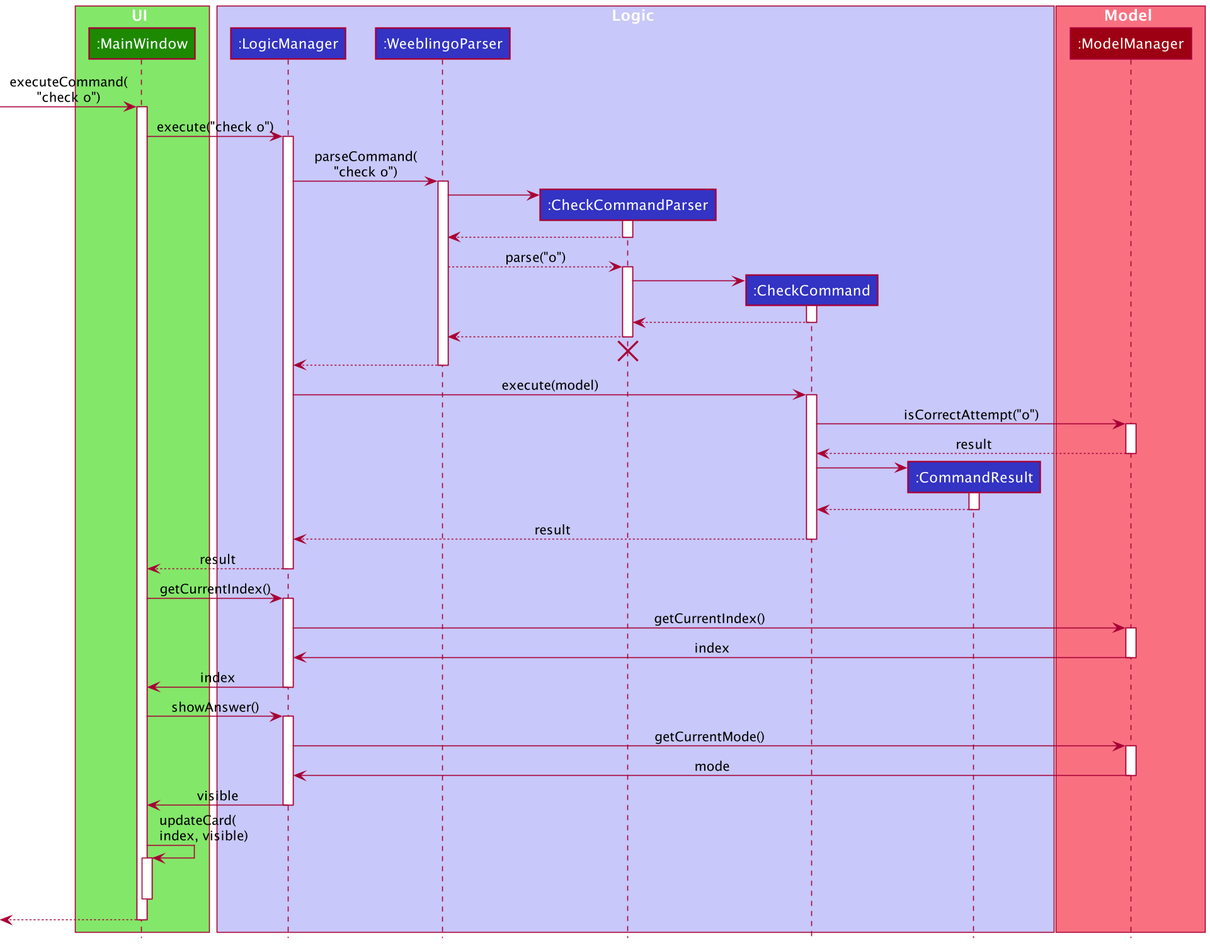
The PlantUML diagram docs/images/CheckCommandSequenceDiagram.png in nus-cs2103-AY2021S2/tp, before a commit.
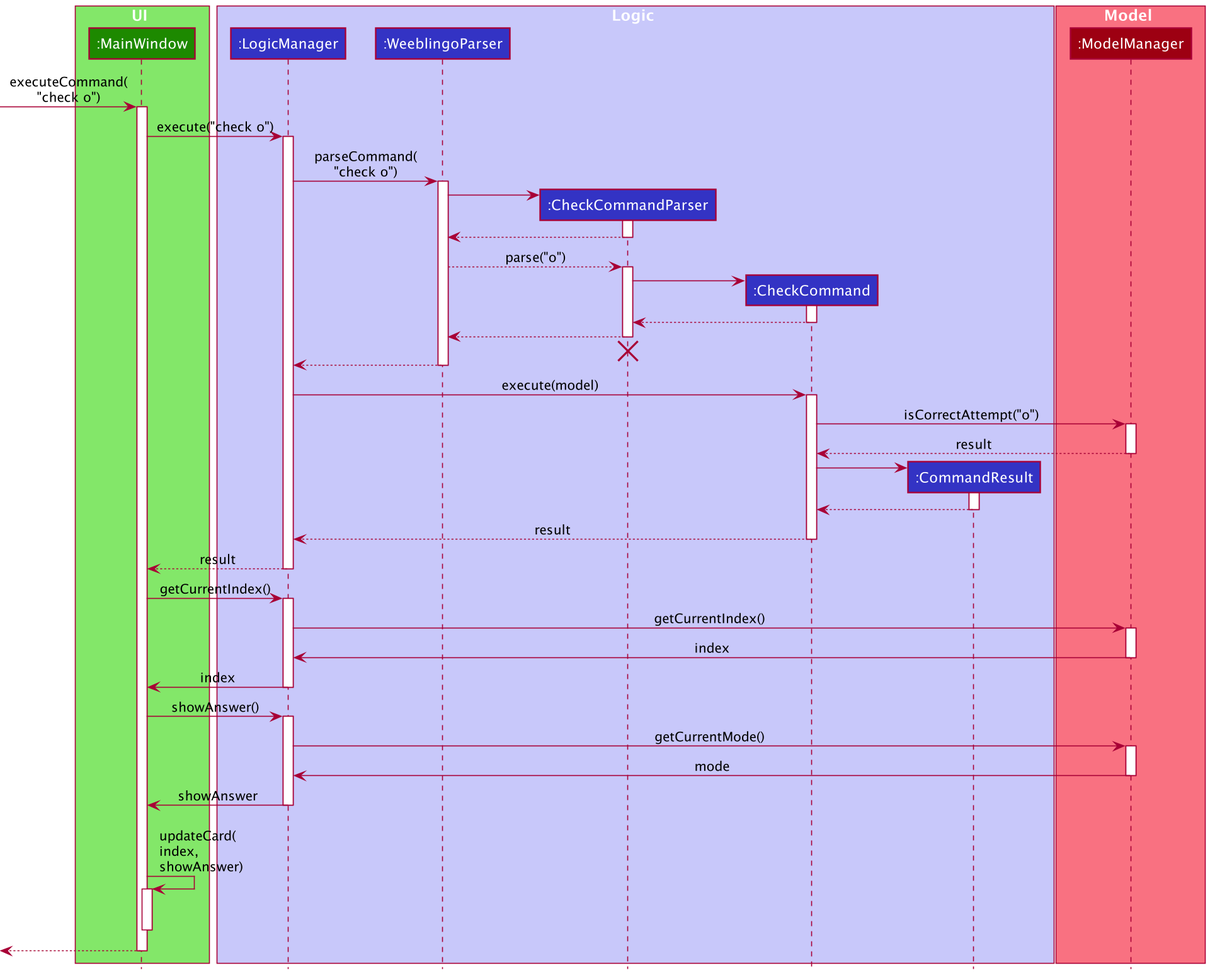
After the commit.

The edit, as a diff of the source:
```diff
@@ -94,11 +94,11 @@
 ModelManager -> LogicManager : mode
 deactivate ModelManager
 
-LogicManager -> MainWindow : visible
+LogicManager -> MainWindow : showAnswer
 deactivate LogicManager
 
 
-MainWindow -> MainWindow : updateCard(\nindex, visible)
+MainWindow -> MainWindow : \nupdateCard(\nindex, \nshowAnswer)
 activate MainWindow
 
 LogicManager -[hidden]-> LogicManager : result
```
